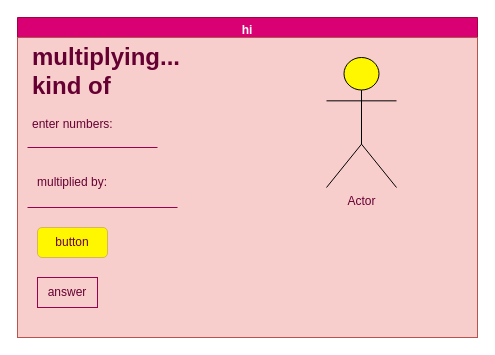
Earlier version of the draw.io diagram design/storyboard.drawio (sophie-nguyen-0/ICS2O-unit5-06-loops). Source tidied: cells renumbered, new cells numbered last; positions are measured from the earlier drawing's top-left corner, leaving out a move shared by most shapes. Both pictures are drawn from the tidied source at 100%, with x=0, y=0 at pixel (17, 17).
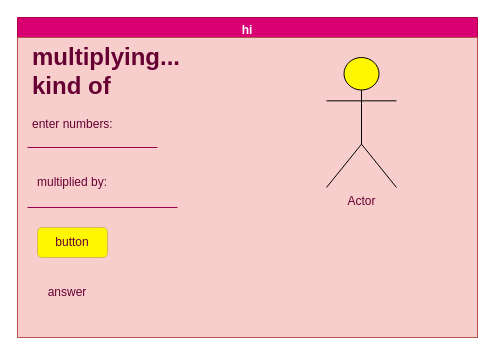
Above is the later version.

Diff of the diagram source:
```diff
@@
 <mxGraphModel>
   <root>
     <mxCell id="0" />
     <mxCell id="1" parent="0" />
     <mxCell id="2" value="hi" style="swimlane;fillColor=#d80073;fontColor=#ffffff;strokeColor=#A50040;" parent="1" vertex="1">
       <mxGeometry width="460" height="240" as="geometry" />
     </mxCell>
     <mxCell id="3" style="rounded=0;whiteSpace=wrap;html=1;fillColor=#f8cecc;strokeColor=#b85450;" parent="1" vertex="1">
       <mxGeometry y="20" width="460" height="300" as="geometry" />
     </mxCell>
     <mxCell id="4" value="&lt;h1&gt;&lt;font color=&quot;#660033&quot;&gt;multiplying... kind of&lt;/font&gt;&lt;/h1&gt;&lt;p&gt;&lt;font color=&quot;#660033&quot;&gt;enter numbers:&lt;/font&gt;&lt;/p&gt;" style="text;html=1;strokeColor=none;fillColor=none;spacing=5;spacingTop=-20;whiteSpace=wrap;overflow=hidden;rounded=0;" parent="1" vertex="1">
       <mxGeometry x="10" y="20" width="190" height="120" as="geometry" />
     </mxCell>
     <mxCell id="5" style="endArrow=none;html=1;fontColor=#660033;strokeColor=#99004D;" parent="1" edge="1">
       <mxGeometry relative="1" as="geometry">
         <mxPoint x="10" y="130" as="sourcePoint" />
         <mxPoint x="140" y="130" as="targetPoint" />
       </mxGeometry>
     </mxCell>
     <mxCell id="6" value="multiplied by:" style="text;html=1;strokeColor=none;fillColor=none;align=center;verticalAlign=middle;whiteSpace=wrap;rounded=0;fontColor=#660033;" parent="1" vertex="1">
       <mxGeometry x="10" y="150" width="90" height="30" as="geometry" />
     </mxCell>
     <mxCell id="7" style="endArrow=none;html=1;fontColor=#660033;strokeColor=#99004D;" parent="1" edge="1">
       <mxGeometry relative="1" as="geometry">
         <mxPoint x="10" y="190" as="sourcePoint" />
         <mxPoint x="160" y="190" as="targetPoint" />
       </mxGeometry>
     </mxCell>
     <mxCell id="8" value="button" style="rounded=1;whiteSpace=wrap;html=1;fillColor=#FFF700;strokeColor=#d6b656;fontColor=#660033;" parent="1" vertex="1">
       <mxGeometry x="20" y="210" width="70" height="30" as="geometry" />
     </mxCell>
     <mxCell id="9" value="Actor" style="shape=umlActor;verticalLabelPosition=bottom;verticalAlign=top;html=1;fontColor=#660033;fillColor=#FFF700;" parent="1" vertex="1">
       <mxGeometry x="309" y="40" width="70" height="130" as="geometry" />
     </mxCell>
-    <mxCell id="10" value="answer" style="text;html=1;strokeColor=#99004D;fillColor=none;align=center;verticalAlign=middle;whiteSpace=wrap;rounded=0;fontColor=#660033;" parent="1" vertex="1">
+    <mxCell id="10" value="answer" style="text;html=1;strokeColor=none;fillColor=none;align=center;verticalAlign=middle;whiteSpace=wrap;rounded=0;fontColor=#660033;" parent="1" vertex="1">
       <mxGeometry x="20" y="260" width="60" height="30" as="geometry" />
     </mxCell>
   </root>
 </mxGraphModel>
```
